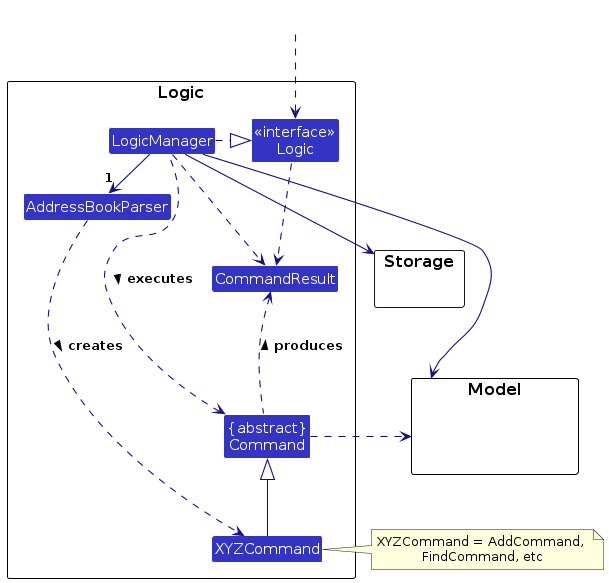
Earlier version of the PlantUML export diagrams/LogicClassDiagram.png (ji-just-ji/tp). Its source is kept beside it as diagrams/LogicClassDiagram.puml. The source it was exported from:
```plantuml
@startuml
!include style.puml
skinparam arrowThickness 1.1
skinparam arrowColor LOGIC_COLOR_T4
skinparam classBackgroundColor LOGIC_COLOR

package Logic as LogicPackage {

Class AddressBookParser
Class XYZCommand
Class CommandResult
Class "{abstract}\nCommand" as Command


Class "<<interface>>\nLogic" as Logic
Class LogicManager
}

package Model {
Class HiddenModel #FFFFFF
}

package Storage {
}

Class HiddenOutside #FFFFFF
HiddenOutside ..> Logic

LogicManager .right.|> Logic
LogicManager -right->"1" AddressBookParser
AddressBookParser ..> XYZCommand : creates >

XYZCommand -up-|> Command
LogicManager .left.> Command : executes >

LogicManager --> Model
LogicManager --> Storage
Storage --[hidden] Model
Command .[hidden]up.> Storage
Command .right.> Model
note right of XYZCommand: XYZCommand = AddCommand, \nFindCommand, etc

Logic ..> CommandResult
LogicManager .down.> CommandResult
Command .up.> CommandResult : produces >
@enduml
```
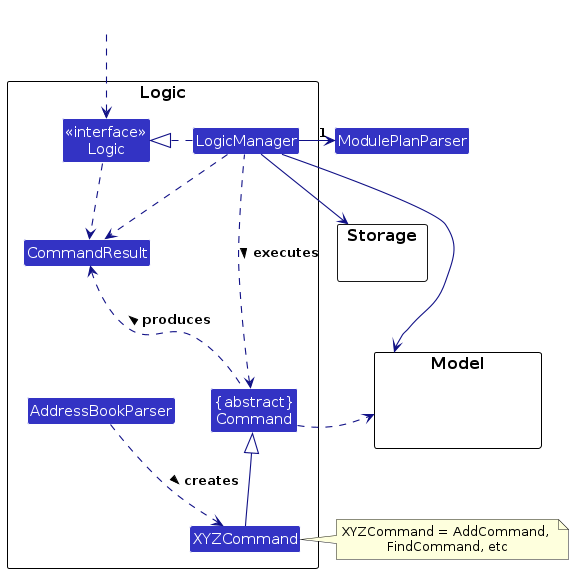
After the commit.

What changed in the source:
```diff
@@ -27,7 +27,7 @@
 HiddenOutside ..> Logic
 
 LogicManager .right.|> Logic
-LogicManager -right->"1" AddressBookParser
+LogicManager -right->"1" ModulePlanParser
 AddressBookParser ..> XYZCommand : creates >
 
 XYZCommand -up-|> Command
```
